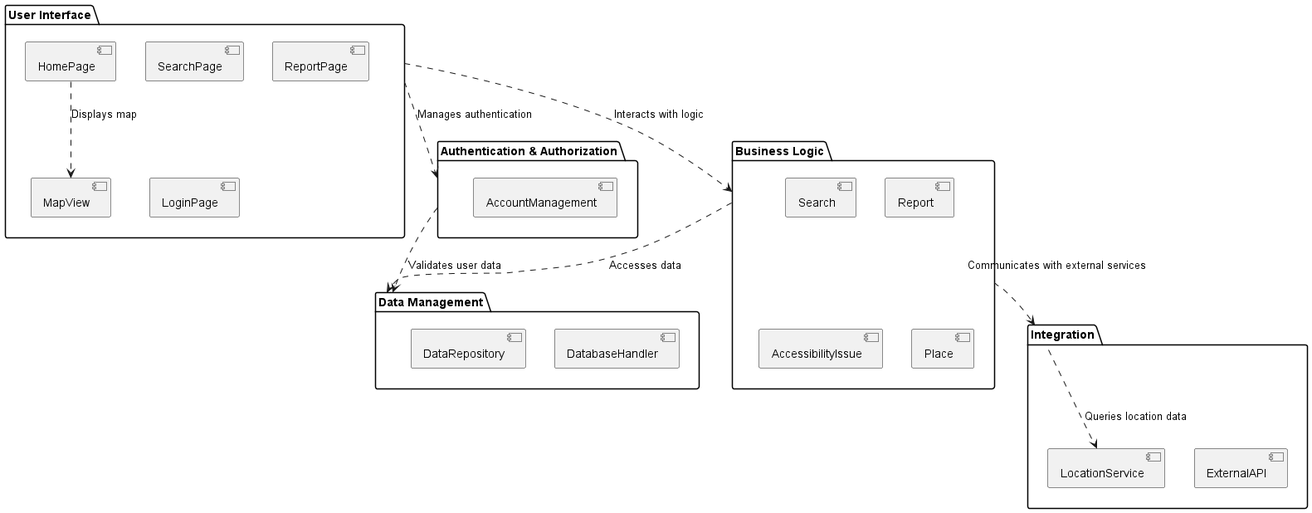
Earlier version of the PlantUML export docs/images/logicalArchitecture/logicalModel.png (simaopsbarbosa/Inclui).
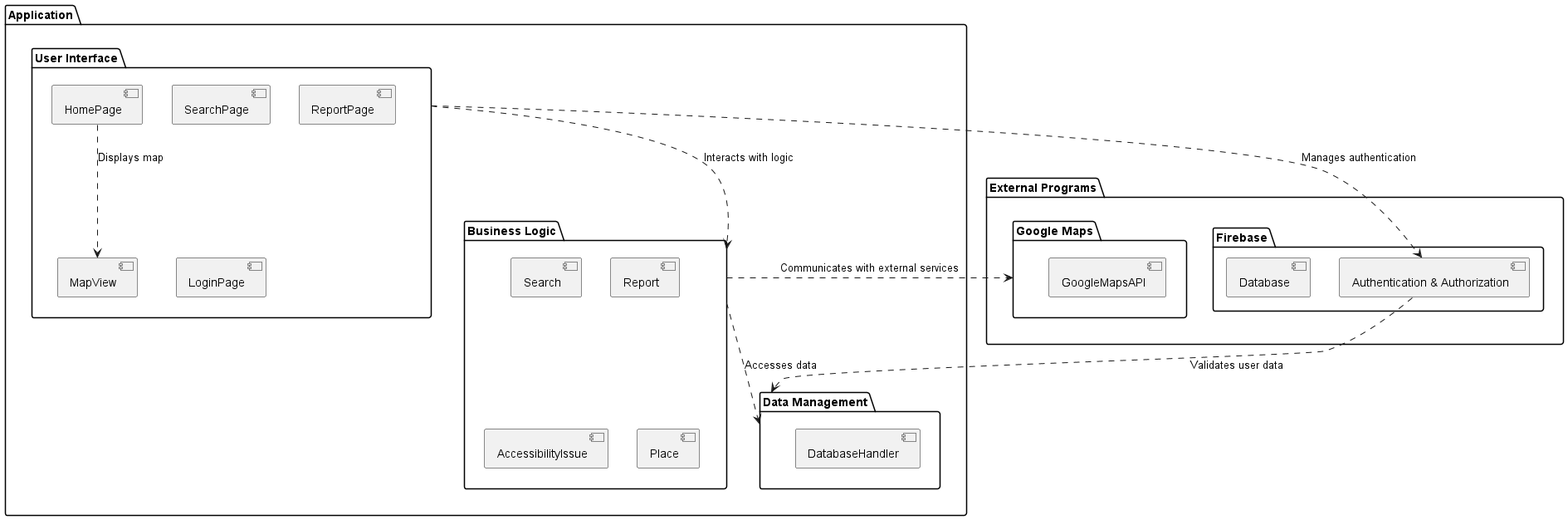
Above is the later version.

Commit message:
Fixed logical architecture

What changed in the source:
```diff
@@ -1,40 +1,46 @@
 @startuml
-package "User Interface" {
-  [HomePage]
-  [SearchPage]
-  [ReportPage]
-  [LoginPage]
-  [MapView]
+
+package "Application" {
+  package "User Interface" {
+    [HomePage]
+    [SearchPage]
+    [ReportPage]
+    [LoginPage]
+    [MapView]
+  }
+
+  package "Business Logic" {
+    [Search]
+    [Report]
+    [AccessibilityIssue]
+    [Place]
+  }
+
+  package "Data Management" {
+    [DatabaseHandler]
+  }
 }
 
-package "Business Logic" {
-  [Search]
-  [Report]
-  [AccessibilityIssue]
-  [Place]
+package "External Programs" {
+  package "Firebase" {
+    [Authentication & Authorization]
+    [Database]
+  }
+
+  package "Google Maps" {
+    [GoogleMapsAPI]
+  }
 }
 
-package "Data Management" {
-  [DatabaseHandler]
-  [DataRepository]
-}
-
-package "Authentication & Authorization" {
-  [AccountManagement]
-}
-
-package "Integration" {
-  [ExternalAPI]
-  [LocationService]
-}
 
 
 "User Interface" ..> "Business Logic" : "Interacts with logic"
 "Business Logic" ..> "Data Management" : "Accesses data"
 "User Interface" ..> "Authentication & Authorization" : "Manages authentication"
 "Authentication & Authorization" ..> "Data Management" : "Validates user data"
-"Business Logic" ..> "Integration" : "Communicates with external services"
-"Integration" ..> "LocationService" : "Queries location data"
+"Business Logic" ..> "Google Maps" : "Communicates with external services"
+
+
 
 "HomePage" ..> "MapView" : "Displays map"
 
```
